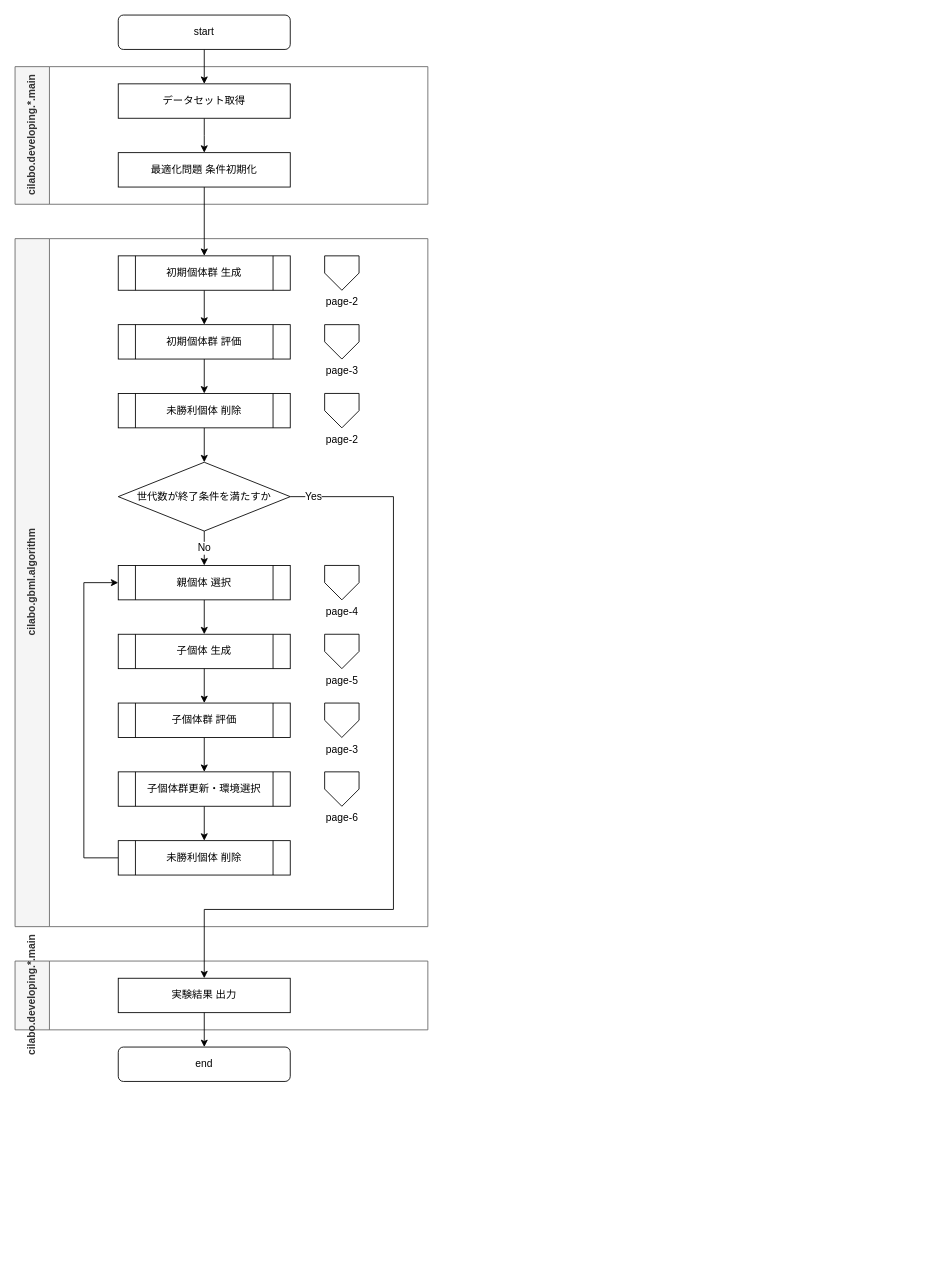
The draw.io diagram page "Page-1" (1 of 5) of MoFGBML.drawio in hiro-tacky/MoFGBML_roma, before the edit. Source tidied: cells renumbered, new cells numbered last; positions are measured from the earlier drawing's top-left corner, leaving out a move shared by most shapes. Both pictures are drawn from the tidied source at 86%, with x=0, y=0 at pixel (15, 15).
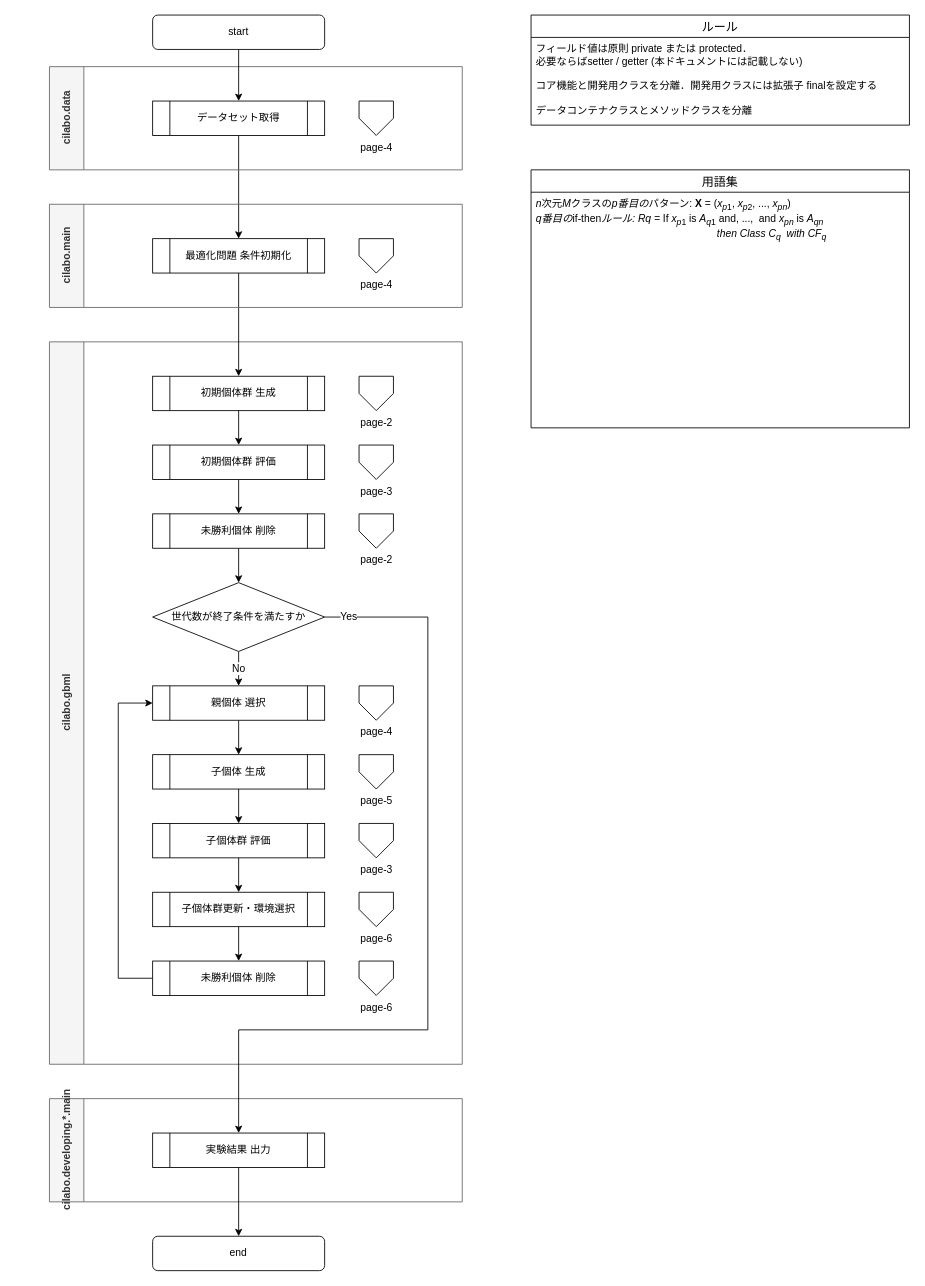
Above is the later version.

Change to the diagram source:
```diff
@@
-    <mxCell id="2" style="edgeStyle=orthogonalEdgeStyle;rounded=0;jettySize=auto;html=1;exitX=0.5;exitY=1;exitDx=0;exitDy=0;entryX=0.5;entryY=0;entryDx=0;entryDy=0;fontFamily=Helvetica;fontSize=12;fontColor=default;" parent="1" edge="1" source="3">
-      <mxGeometry relative="1" as="geometry">
-        <mxPoint x="220" y="160" as="targetPoint" />
-      </mxGeometry>
+    <mxCell id="2" style="edgeStyle=orthogonalEdgeStyle;rounded=0;jettySize=auto;html=1;exitX=0.5;exitY=1;exitDx=0;exitDy=0;entryX=0.5;entryY=0;entryDx=0;entryDy=0;fontFamily=Helvetica;fontSize=12;fontColor=default;" parent="1" edge="1" source="3" target="23">
+      <mxGeometry relative="1" as="geometry" />
     </mxCell>
+    <mxCell id="4" value="cilabo.data" style="swimlane;horizontal=0;rounded=0;fontFamily=Helvetica;fontSize=12;strokeColor=#666666;fillColor=#f5f5f5;html=1;startSize=40;fontColor=#333333;" parent="1" vertex="1">
+      <mxGeometry x="40" y="60" width="480" height="120" as="geometry" />
+    </mxCell>
+    <mxCell id="40" value="page-4" style="verticalLabelPosition=bottom;verticalAlign=top;html=1;shape=offPageConnector;rounded=0;size=0.5;fontFamily=Helvetica;fontSize=12;fontColor=default;strokeColor=default;fillColor=default;" parent="4" vertex="1">
+      <mxGeometry x="360" y="40" width="40" height="40" as="geometry" />
+    </mxCell>
-    <mxCell id="3" value="データセット取得" style="rounded=0;whiteSpace=wrap;html=1;fontSize=12;glass=0;strokeWidth=1;shadow=0;" parent="1" vertex="1">
-      <mxGeometry x="120" y="80" width="200" height="40" as="geometry" />
+    <mxCell id="3" value="データセット取得" style="rounded=0;whiteSpace=wrap;html=1;fontSize=12;glass=0;strokeWidth=1;shadow=0;shape=process;" parent="4" vertex="1">
+      <mxGeometry x="120" y="40" width="200" height="40" as="geometry" />
     </mxCell>
-    <mxCell id="4" value="cilabo.developing.*.main" style="swimlane;horizontal=0;rounded=0;fontFamily=Helvetica;fontSize=12;strokeColor=#666666;fillColor=#f5f5f5;html=1;startSize=40;fontColor=#333333;" parent="1" vertex="1">
-      <mxGeometry y="60" width="480" height="160" as="geometry" />
-    </mxCell>
-    <mxCell id="5" value="cilabo.gbml.algorithm" style="swimlane;horizontal=0;rounded=0;fontFamily=Helvetica;fontSize=12;strokeColor=#666666;fillColor=#f5f5f5;html=1;startSize=40;fontColor=#333333;" parent="1" vertex="1">
-      <mxGeometry y="260" width="480" height="800" as="geometry" />
+    <mxCell id="5" value="cilabo.gbml" style="swimlane;horizontal=0;rounded=0;fontFamily=Helvetica;fontSize=12;strokeColor=#666666;fillColor=#f5f5f5;html=1;startSize=40;fontColor=#333333;" parent="1" vertex="1">
+      <mxGeometry x="40" y="380" width="480" height="840" as="geometry" />
     </mxCell>
@@
     <mxCell id="7" value="世代数が終了条件を満たすか" style="rhombus;whiteSpace=wrap;html=1;rounded=0;fontFamily=Helvetica;fontSize=12;fontColor=default;strokeColor=default;fillColor=default;" parent="5" vertex="1">
-      <mxGeometry x="120" y="260" width="200" height="80" as="geometry" />
+      <mxGeometry x="120" y="280" width="200" height="80" as="geometry" />
     </mxCell>
@@
     <mxCell id="9" value="親個体 選択" style="shape=process;whiteSpace=wrap;html=1;backgroundOutline=1;fontFamily=Helvetica;fontSize=12;fontColor=default;align=center;strokeColor=default;fillColor=default;" parent="5" vertex="1">
-      <mxGeometry x="120" y="380" width="200" height="40" as="geometry" />
+      <mxGeometry x="120" y="400" width="200" height="40" as="geometry" />
     </mxCell>
     <mxCell id="10" value="子個体 生成" style="shape=process;whiteSpace=wrap;html=1;backgroundOutline=1;fontFamily=Helvetica;fontSize=12;fontColor=default;align=center;strokeColor=default;fillColor=default;" parent="5" vertex="1">
-      <mxGeometry x="120" y="460" width="200" height="40" as="geometry" />
+      <mxGeometry x="120" y="480" width="200" height="40" as="geometry" />
     </mxCell>
     <mxCell id="11" value="page-2" style="verticalLabelPosition=bottom;verticalAlign=top;html=1;shape=offPageConnector;rounded=0;size=0.5;fontFamily=Helvetica;fontSize=12;fontColor=default;strokeColor=default;fillColor=default;" parent="5" vertex="1">
-      <mxGeometry x="360" y="20" width="40" height="40" as="geometry" />
+      <mxGeometry x="360" y="40" width="40" height="40" as="geometry" />
     </mxCell>
     <mxCell id="12" value="page-3" style="verticalLabelPosition=bottom;verticalAlign=top;html=1;shape=offPageConnector;rounded=0;size=0.5;fontFamily=Helvetica;fontSize=12;fontColor=default;strokeColor=default;fillColor=default;" parent="5" vertex="1">
-      <mxGeometry x="360" y="100" width="40" height="40" as="geometry" />
+      <mxGeometry x="360" y="120" width="40" height="40" as="geometry" />
     </mxCell>
     <mxCell id="13" value="page-4" style="verticalLabelPosition=bottom;verticalAlign=top;html=1;shape=offPageConnector;rounded=0;size=0.5;fontFamily=Helvetica;fontSize=12;fontColor=default;strokeColor=default;fillColor=default;" parent="5" vertex="1">
-      <mxGeometry x="360" y="380" width="40" height="40" as="geometry" />
+      <mxGeometry x="360" y="400" width="40" height="40" as="geometry" />
     </mxCell>
     <mxCell id="14" value="page-5" style="verticalLabelPosition=bottom;verticalAlign=top;html=1;shape=offPageConnector;rounded=0;size=0.5;fontFamily=Helvetica;fontSize=12;fontColor=default;strokeColor=default;fillColor=default;" parent="5" vertex="1">
-      <mxGeometry x="360" y="460" width="40" height="40" as="geometry" />
+      <mxGeometry x="360" y="480" width="40" height="40" as="geometry" />
     </mxCell>
     <mxCell id="15" value="page-3" style="verticalLabelPosition=bottom;verticalAlign=top;html=1;shape=offPageConnector;rounded=0;size=0.5;fontFamily=Helvetica;fontSize=12;fontColor=default;strokeColor=default;fillColor=default;" parent="5" vertex="1">
-      <mxGeometry x="360" y="540" width="40" height="40" as="geometry" />
+      <mxGeometry x="360" y="560" width="40" height="40" as="geometry" />
     </mxCell>
     <mxCell id="16" value="page-6" style="verticalLabelPosition=bottom;verticalAlign=top;html=1;shape=offPageConnector;rounded=0;size=0.5;fontFamily=Helvetica;fontSize=12;fontColor=default;strokeColor=default;fillColor=default;" parent="5" vertex="1">
-      <mxGeometry x="360" y="620" width="40" height="40" as="geometry" />
+      <mxGeometry x="360" y="640" width="40" height="40" as="geometry" />
     </mxCell>
@@
     <mxCell id="18" value="未勝利個体 削除" style="shape=process;whiteSpace=wrap;html=1;backgroundOutline=1;fontFamily=Helvetica;fontSize=12;fontColor=default;align=center;strokeColor=default;fillColor=default;" parent="5" vertex="1">
-      <mxGeometry x="120" y="180" width="200" height="40" as="geometry" />
+      <mxGeometry x="120" y="200" width="200" height="40" as="geometry" />
     </mxCell>
     <mxCell id="19" value="page-2" style="verticalLabelPosition=bottom;verticalAlign=top;html=1;shape=offPageConnector;rounded=0;size=0.5;fontFamily=Helvetica;fontSize=12;fontColor=default;strokeColor=default;fillColor=default;" parent="5" vertex="1">
-      <mxGeometry x="360" y="180" width="40" height="40" as="geometry" />
+      <mxGeometry x="360" y="200" width="40" height="40" as="geometry" />
     </mxCell>
     <mxCell id="20" style="edgeStyle=orthogonalEdgeStyle;rounded=0;jettySize=auto;html=1;entryX=0;entryY=0.5;entryDx=0;entryDy=0;exitX=0;exitY=0.5;exitDx=0;exitDy=0;" parent="5" edge="1" source="21" target="9">
       <mxGeometry relative="1" as="geometry">
         <Array as="points">
-          <mxPoint x="80" y="720" />
-          <mxPoint x="80" y="400" />
+          <mxPoint x="80" y="740" />
+          <mxPoint x="80" y="420" />
         </Array>
       </mxGeometry>
     </mxCell>
     <mxCell id="21" value="未勝利個体 削除" style="shape=process;whiteSpace=wrap;html=1;backgroundOutline=1;fontFamily=Helvetica;fontSize=12;fontColor=default;align=center;strokeColor=default;fillColor=default;" parent="5" vertex="1">
-      <mxGeometry x="120" y="700" width="200" height="40" as="geometry" />
+      <mxGeometry x="120" y="720" width="200" height="40" as="geometry" />
     </mxCell>
-    <mxCell id="22" style="edgeStyle=orthogonalEdgeStyle;rounded=0;jettySize=auto;html=1;exitX=0.5;exitY=1;exitDx=0;exitDy=0;entryX=0.5;entryY=0;entryDx=0;entryDy=0;fontFamily=Helvetica;fontSize=12;fontColor=default;" parent="1" edge="1" source="23" target="25">
-      <mxGeometry relative="1" as="geometry" />
-    </mxCell>
-    <mxCell id="23" value="最適化問題 条件初期化" style="rounded=0;whiteSpace=wrap;html=1;" parent="1" vertex="1">
-      <mxGeometry x="120" y="160" width="200" height="40" as="geometry" />
-    </mxCell>
-    <mxCell id="24" style="edgeStyle=orthogonalEdgeStyle;rounded=0;jettySize=auto;html=1;exitX=0.5;exitY=1;exitDx=0;exitDy=0;entryX=0.5;entryY=0;entryDx=0;entryDy=0;fontFamily=Helvetica;fontSize=12;fontColor=default;" parent="1" edge="1" source="25" target="27">
-      <mxGeometry relative="1" as="geometry" />
-    </mxCell>
+    <mxCell id="41" value="page-6" style="verticalLabelPosition=bottom;verticalAlign=top;html=1;shape=offPageConnector;rounded=0;size=0.5;fontFamily=Helvetica;fontSize=12;fontColor=default;strokeColor=default;fillColor=default;" parent="5" vertex="1">
+      <mxGeometry x="360" y="720" width="40" height="40" as="geometry" />
+    </mxCell>
-    <mxCell id="25" value="初期個体群 生成" style="shape=process;whiteSpace=wrap;html=1;backgroundOutline=1;fontFamily=Helvetica;fontSize=12;fontColor=default;align=center;strokeColor=default;fillColor=default;" parent="1" vertex="1">
-      <mxGeometry x="120" y="280" width="200" height="40" as="geometry" />
+    <mxCell id="25" value="初期個体群 生成" style="shape=process;whiteSpace=wrap;html=1;backgroundOutline=1;fontFamily=Helvetica;fontSize=12;fontColor=default;align=center;strokeColor=default;fillColor=default;" parent="5" vertex="1">
+      <mxGeometry x="120" y="40" width="200" height="40" as="geometry" />
     </mxCell>
-    <mxCell id="26" style="edgeStyle=orthogonalEdgeStyle;rounded=0;jettySize=auto;html=1;entryX=0.5;entryY=0;entryDx=0;entryDy=0;" parent="1" edge="1" source="27" target="18">
+    <mxCell id="26" style="edgeStyle=orthogonalEdgeStyle;rounded=0;jettySize=auto;html=1;entryX=0.5;entryY=0;entryDx=0;entryDy=0;" parent="5" edge="1" source="27" target="18">
       <mxGeometry relative="1" as="geometry" />
     </mxCell>
-    <mxCell id="27" value="初期個体群 評価" style="shape=process;whiteSpace=wrap;html=1;backgroundOutline=1;fontFamily=Helvetica;fontSize=12;fontColor=default;align=center;strokeColor=default;fillColor=default;" parent="1" vertex="1">
-      <mxGeometry x="120" y="360" width="200" height="40" as="geometry" />
+    <mxCell id="27" value="初期個体群 評価" style="shape=process;whiteSpace=wrap;html=1;backgroundOutline=1;fontFamily=Helvetica;fontSize=12;fontColor=default;align=center;strokeColor=default;fillColor=default;" parent="5" vertex="1">
+      <mxGeometry x="120" y="120" width="200" height="40" as="geometry" />
     </mxCell>
-    <mxCell id="28" style="edgeStyle=orthogonalEdgeStyle;rounded=0;jettySize=auto;html=1;exitX=0.5;exitY=1;exitDx=0;exitDy=0;entryX=0.5;entryY=0;entryDx=0;entryDy=0;fontFamily=Helvetica;fontSize=12;fontColor=default;" parent="1" edge="1" source="29" target="31">
-      <mxGeometry relative="1" as="geometry" />
-    </mxCell>
+    <mxCell id="24" style="edgeStyle=orthogonalEdgeStyle;rounded=0;jettySize=auto;html=1;exitX=0.5;exitY=1;exitDx=0;exitDy=0;entryX=0.5;entryY=0;entryDx=0;entryDy=0;fontFamily=Helvetica;fontSize=12;fontColor=default;" parent="5" edge="1" source="25" target="27">
+      <mxGeometry relative="1" as="geometry" />
+    </mxCell>
-    <mxCell id="29" value="子個体群 評価" style="shape=process;whiteSpace=wrap;html=1;backgroundOutline=1;fontFamily=Helvetica;fontSize=12;fontColor=default;align=center;strokeColor=default;fillColor=default;" parent="1" vertex="1">
-      <mxGeometry x="120" y="800" width="200" height="40" as="geometry" />
+    <mxCell id="29" value="子個体群 評価" style="shape=process;whiteSpace=wrap;html=1;backgroundOutline=1;fontFamily=Helvetica;fontSize=12;fontColor=default;align=center;strokeColor=default;fillColor=default;" parent="5" vertex="1">
+      <mxGeometry x="120" y="560" width="200" height="40" as="geometry" />
     </mxCell>
-    <mxCell id="30" style="edgeStyle=orthogonalEdgeStyle;rounded=0;jettySize=auto;html=1;" parent="1" edge="1" source="31" target="21">
+    <mxCell id="30" style="edgeStyle=orthogonalEdgeStyle;rounded=0;jettySize=auto;html=1;" parent="5" edge="1" source="31" target="21">
       <mxGeometry relative="1" as="geometry" />
     </mxCell>
-    <mxCell id="31" value="子個体群更新・環境選択" style="shape=process;whiteSpace=wrap;html=1;backgroundOutline=1;fontFamily=Helvetica;fontSize=12;fontColor=default;align=center;strokeColor=default;fillColor=default;" parent="1" vertex="1">
-      <mxGeometry x="120" y="880" width="200" height="40" as="geometry" />
+    <mxCell id="31" value="子個体群更新・環境選択" style="shape=process;whiteSpace=wrap;html=1;backgroundOutline=1;fontFamily=Helvetica;fontSize=12;fontColor=default;align=center;strokeColor=default;fillColor=default;" parent="5" vertex="1">
+      <mxGeometry x="120" y="640" width="200" height="40" as="geometry" />
     </mxCell>
+    <mxCell id="28" style="edgeStyle=orthogonalEdgeStyle;rounded=0;jettySize=auto;html=1;exitX=0.5;exitY=1;exitDx=0;exitDy=0;entryX=0.5;entryY=0;entryDx=0;entryDy=0;fontFamily=Helvetica;fontSize=12;fontColor=default;" parent="5" edge="1" source="29" target="31">
+      <mxGeometry relative="1" as="geometry" />
+    </mxCell>
-    <mxCell id="32" style="edgeStyle=orthogonalEdgeStyle;rounded=0;jettySize=auto;html=1;exitX=0.5;exitY=1;exitDx=0;exitDy=0;entryX=0.5;entryY=0;entryDx=0;entryDy=0;fontFamily=Helvetica;fontSize=12;fontColor=default;" parent="1" edge="1" source="10" target="29">
+    <mxCell id="32" style="edgeStyle=orthogonalEdgeStyle;rounded=0;jettySize=auto;html=1;exitX=0.5;exitY=1;exitDx=0;exitDy=0;entryX=0.5;entryY=0;entryDx=0;entryDy=0;fontFamily=Helvetica;fontSize=12;fontColor=default;" parent="5" edge="1" source="10" target="29">
       <mxGeometry relative="1" as="geometry" />
     </mxCell>
+    <mxCell id="22" style="edgeStyle=orthogonalEdgeStyle;rounded=0;jettySize=auto;html=1;exitX=0.5;exitY=1;exitDx=0;exitDy=0;entryX=0.5;entryY=0;entryDx=0;entryDy=0;fontFamily=Helvetica;fontSize=12;fontColor=default;" parent="1" edge="1" source="23" target="25">
+      <mxGeometry relative="1" as="geometry" />
+    </mxCell>
     <mxCell id="33" value="cilabo.developing.*.main" style="swimlane;horizontal=0;rounded=0;fontFamily=Helvetica;fontSize=12;strokeColor=#666666;fillColor=#f5f5f5;html=1;startSize=40;fontColor=#333333;" parent="1" vertex="1">
-      <mxGeometry y="1100" width="480" height="80" as="geometry" />
+      <mxGeometry x="40" y="1260" width="480" height="120" as="geometry" />
     </mxCell>
-    <mxCell id="34" value="実験結果 出力" style="rounded=0;whiteSpace=wrap;html=1;" parent="33" vertex="1">
-      <mxGeometry x="120" y="20" width="200" height="40" as="geometry" />
+    <mxCell id="34" value="実験結果 出力" style="rounded=0;whiteSpace=wrap;html=1;shape=process;" parent="33" vertex="1">
+      <mxGeometry x="120" y="40" width="200" height="40" as="geometry" />
     </mxCell>
-    <mxCell id="35" value="Yes" style="edgeStyle=orthogonalEdgeStyle;rounded=0;jettySize=auto;html=1;exitX=1;exitY=0.5;exitDx=0;exitDy=0;fontFamily=Helvetica;fontSize=12;fontColor=default;" parent="1" edge="1" source="7">
+    <mxCell id="35" value="Yes" style="edgeStyle=orthogonalEdgeStyle;rounded=0;jettySize=auto;html=1;exitX=1;exitY=0.5;exitDx=0;exitDy=0;fontFamily=Helvetica;fontSize=12;fontColor=default;entryX=0.5;entryY=0;entryDx=0;entryDy=0;" parent="1" edge="1" source="7" target="34">
       <mxGeometry x="-0.94" relative="1" as="geometry">
-        <mxPoint x="220" y="1120" as="targetPoint" />
         <Array as="points">
-          <mxPoint x="440" y="560" />
-          <mxPoint x="440" y="1040" />
-          <mxPoint x="220" y="1040" />
+          <mxPoint x="480" y="700" />
+          <mxPoint x="480" y="1180" />
+          <mxPoint x="260" y="1180" />
         </Array>
       </mxGeometry>
     </mxCell>
@@
     <mxCell id="37" value="start" style="rounded=1;whiteSpace=wrap;html=1;fontFamily=Helvetica;fontSize=12;fontColor=default;strokeColor=default;fillColor=default;" parent="1" vertex="1">
-      <mxGeometry x="120" width="200" height="40" as="geometry" />
+      <mxGeometry x="160" width="200" height="40" as="geometry" />
     </mxCell>
     <mxCell id="38" value="end" style="rounded=1;whiteSpace=wrap;html=1;fontFamily=Helvetica;fontSize=12;fontColor=default;strokeColor=default;fillColor=default;" parent="1" vertex="1">
-      <mxGeometry x="120" y="1200" width="200" height="40" as="geometry" />
+      <mxGeometry x="160" y="1420" width="200" height="40" as="geometry" />
     </mxCell>
@@
+    <mxCell id="42" value="cilabo.main" style="swimlane;horizontal=0;rounded=0;fontFamily=Helvetica;fontSize=12;strokeColor=#666666;fillColor=#f5f5f5;html=1;startSize=40;fontColor=#333333;" parent="1" vertex="1">
+      <mxGeometry x="40" y="220" width="480" height="120" as="geometry" />
+    </mxCell>
+    <mxCell id="43" value="page-4" style="verticalLabelPosition=bottom;verticalAlign=top;html=1;shape=offPageConnector;rounded=0;size=0.5;fontFamily=Helvetica;fontSize=12;fontColor=default;strokeColor=default;fillColor=default;" parent="42" vertex="1">
+      <mxGeometry x="360" y="40" width="40" height="40" as="geometry" />
+    </mxCell>
+    <mxCell id="23" value="最適化問題 条件初期化" style="rounded=0;whiteSpace=wrap;html=1;shape=process;" parent="42" vertex="1">
+      <mxGeometry x="120" y="40" width="200" height="40" as="geometry" />
+    </mxCell>
+    <mxCell id="44" value="ルール" style="swimlane;fontStyle=0;horizontal=1;startSize=26;align=center;fontSize=14;" parent="1" vertex="1">
+      <mxGeometry x="600" width="440" height="128" as="geometry" />
+    </mxCell>
+    <mxCell id="45" value="フィールド値は原則 private または protected．&lt;br&gt;必要ならばsetter / getter (本ドキュメントには記載しない)" style="text;strokeColor=none;fillColor=none;spacingLeft=4;spacingRight=4;overflow=hidden;fontSize=12;whiteSpace=wrap;html=1;" parent="44" vertex="1">
+      <mxGeometry y="26" width="440" height="42" as="geometry" />
+    </mxCell>
+    <mxCell id="46" value="コア機能と開発用クラスを分離．開発用クラスには拡張子 finalを設定する" style="text;strokeColor=none;fillColor=none;spacingLeft=4;spacingRight=4;overflow=hidden;fontSize=12;whiteSpace=wrap;html=1;" parent="44" vertex="1">
+      <mxGeometry y="68" width="440" height="30" as="geometry" />
+    </mxCell>
+    <mxCell id="47" value="データコンテナクラスとメソッドクラスを分離" style="text;strokeColor=none;fillColor=none;spacingLeft=4;spacingRight=4;overflow=hidden;fontSize=12;whiteSpace=wrap;html=1;" parent="44" vertex="1">
+      <mxGeometry y="98" width="440" height="30" as="geometry" />
+    </mxCell>
+    <mxCell id="48" value="用語集" style="swimlane;fontStyle=0;horizontal=1;startSize=26;align=center;fontSize=14;" parent="1" vertex="1">
+      <mxGeometry x="600" y="180" width="440" height="300" as="geometry" />
+    </mxCell>
+    <mxCell id="49" value="&lt;i&gt;n&lt;/i&gt;次元&lt;i style=&quot;&quot;&gt;M&lt;/i&gt;クラスの&lt;i&gt;p番目の&lt;/i&gt;パターン:&amp;nbsp;&lt;b&gt;X &lt;/b&gt;= (&lt;i&gt;x&lt;/i&gt;&lt;sub&gt;&lt;i&gt;p&lt;/i&gt;1&lt;/sub&gt;, &lt;i&gt;x&lt;/i&gt;&lt;sub&gt;&lt;i&gt;p&lt;/i&gt;2&lt;/sub&gt;, ..., &lt;i&gt;x&lt;sub&gt;pn&lt;/sub&gt;&lt;/i&gt;)&lt;br&gt;&lt;i&gt;q番目の&lt;/i&gt;if-then&lt;i&gt;ルール: Rq =&amp;nbsp;&lt;/i&gt;If &lt;i&gt;x&lt;/i&gt;&lt;sub&gt;&lt;i&gt;p&lt;/i&gt;1&lt;/sub&gt; is &lt;i&gt;A&lt;sub&gt;q&lt;/sub&gt;&lt;/i&gt;&lt;sub&gt;1&lt;/sub&gt; and, ...,&amp;nbsp; and &lt;i&gt;x&lt;sub&gt;pn&lt;/sub&gt;&lt;/i&gt; is &lt;i&gt;A&lt;sub&gt;qn&lt;/sub&gt;&amp;nbsp;&lt;br&gt;&lt;div style=&quot;text-align: right;&quot;&gt;&lt;span style=&quot;background-color: initial;&quot;&gt;then Class &lt;/span&gt;&lt;i style=&quot;background-color: initial;&quot;&gt;C&lt;sub&gt;q&lt;/sub&gt;&lt;/i&gt;&lt;span style=&quot;background-color: initial;&quot;&gt;&amp;nbsp; with &lt;/span&gt;&lt;i style=&quot;background-color: initial;&quot;&gt;CF&lt;sub&gt;q&lt;/sub&gt;&lt;/i&gt;&lt;/div&gt;&lt;/i&gt;&lt;i&gt;&lt;br&gt;&lt;/i&gt;" style="text;strokeColor=none;fillColor=none;spacingLeft=4;spacingRight=4;overflow=hidden;fontSize=12;whiteSpace=wrap;html=1;" parent="48" vertex="1">
+      <mxGeometry y="26" width="440" height="274" as="geometry" />
+    </mxCell>
```
